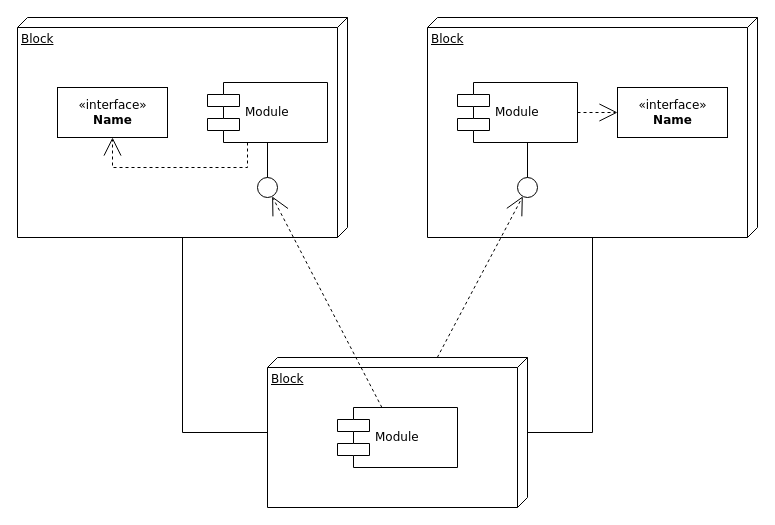
Earlier version of the draw.io diagram Untitled Diagram.drawio (rjan90/Diagram). Source tidied: cells renumbered, new cells numbered last; positions are measured from the earlier drawing's top-left corner, leaving out a move shared by most shapes. Both pictures are drawn from the tidied source at 100%, with x=0, y=0 at pixel (17, 17).
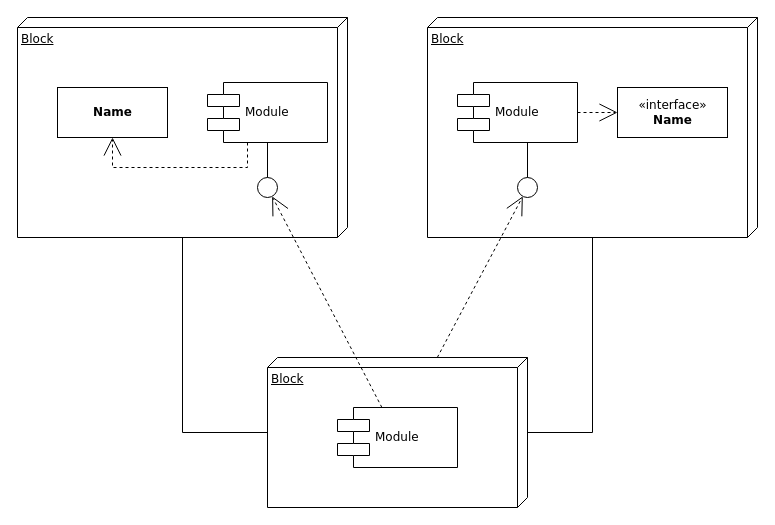
After the change.

The edit, as a diff of the source:
```diff
@@
-    <mxCell id="5" value="&amp;laquo;interface&amp;raquo;&lt;br&gt;&lt;b&gt;Name&lt;/b&gt;" style="html=1;rounded=0;shadow=0;comic=0;labelBackgroundColor=none;strokeWidth=1;fontFamily=Verdana;fontSize=12;align=center;" parent="1" vertex="1">
+    <mxCell id="5" value="&lt;b&gt;Name&lt;/b&gt;" style="html=1;rounded=0;shadow=0;comic=0;labelBackgroundColor=none;strokeWidth=1;fontFamily=Verdana;fontSize=12;align=center;" parent="1" vertex="1">
       <mxGeometry x="40" y="70" width="110" height="50" as="geometry" />
     </mxCell>
```
